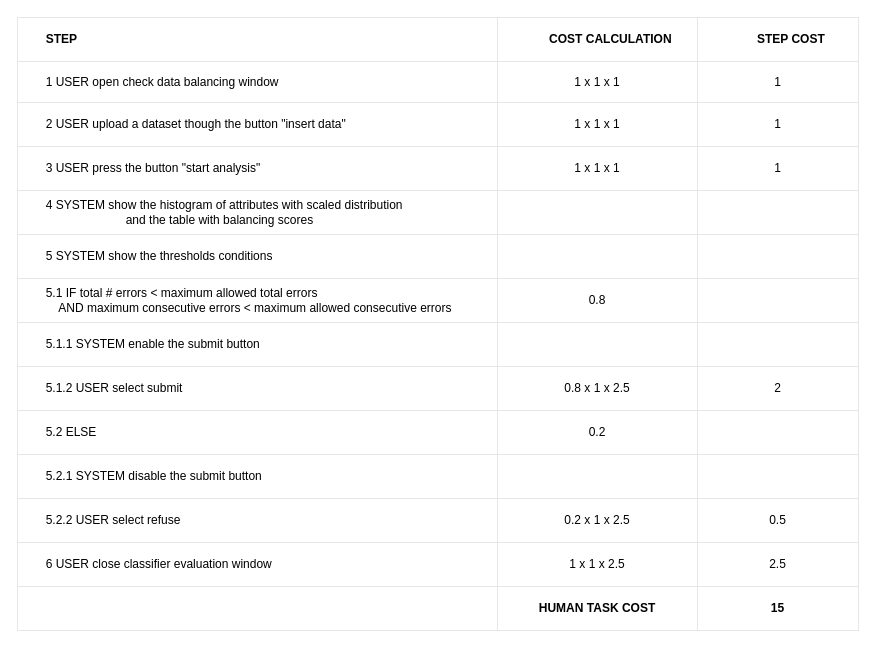
Earlier version of the draw.io diagram check_data_balancing_table.drawio (BaffoBello14/AutomaticDamagesRecognition). Source tidied: cells renumbered, new cells numbered last; positions are measured from the earlier drawing's top-left corner, leaving out a move shared by most shapes. Both pictures are drawn from the tidied source at 100%, with x=0, y=0 at pixel (17, 17).
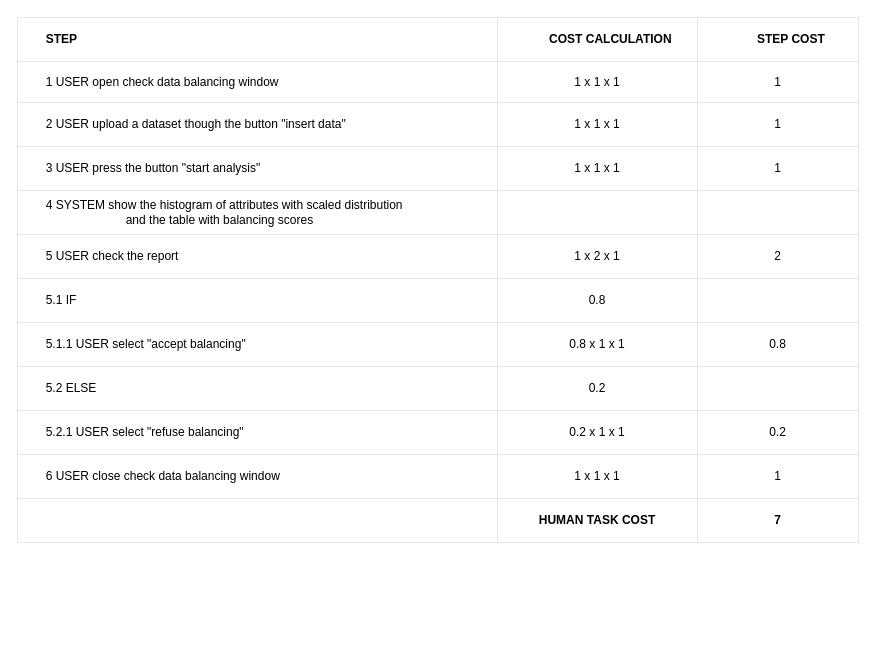
The same diagram, later.

The change refers to these unchanged cells:
```xml
<mxCell id="23" style="shape=tableRow;horizontal=0;startSize=0;swimlaneHead=0;swimlaneBody=0;top=0;left=0;bottom=0;right=0;fontStyle=0;fillColor=none;strokeColor=inherit;align=center;" parent="2" vertex="1">
  <mxGeometry y="217" width="841" height="44" as="geometry" />
</mxCell>
<mxCell id="27" style="shape=tableRow;horizontal=0;startSize=0;swimlaneHead=0;swimlaneBody=0;top=0;left=0;bottom=0;right=0;fontStyle=0;fillColor=none;strokeColor=inherit;align=center;" parent="2" vertex="1">
  <mxGeometry y="261" width="841" height="44" as="geometry" />
</mxCell>
<mxCell id="31" style="shape=tableRow;horizontal=0;startSize=0;swimlaneHead=0;swimlaneBody=0;top=0;left=0;bottom=0;right=0;fontStyle=0;fillColor=none;strokeColor=inherit;align=center;" parent="2" vertex="1">
  <mxGeometry y="305" width="841" height="44" as="geometry" />
</mxCell>
```

The edit, as a diff of the source:
```diff
@@
     <mxCell id="2" style="childLayout=tableLayout;shadow=0;strokeColor=#E6E6E6;align=center;" parent="1" vertex="1">
-      <mxGeometry width="841" height="613" as="geometry" />
+      <mxGeometry width="841" height="525" as="geometry" />
     </mxCell>
@@
-    <mxCell id="24" value="&lt;span style=&quot;white-space: pre;&quot;&gt;&#9;&lt;/span&gt;5 SYSTEM show the thresholds conditions" style="strokeColor=inherit;fillColor=none;align=left;whiteSpace=wrap;html=1;labelPosition=center;verticalLabelPosition=middle;verticalAlign=middle;" parent="23" vertex="1">
+    <mxCell id="24" value="&lt;span style=&quot;white-space: pre;&quot;&gt;&#9;&lt;/span&gt;5 USER check the report" style="strokeColor=inherit;fillColor=none;align=left;whiteSpace=wrap;html=1;labelPosition=center;verticalLabelPosition=middle;verticalAlign=middle;" parent="23" vertex="1">
       <mxGeometry width="480" height="44" as="geometry" />
     </mxCell>
-    <mxCell id="25" style="strokeColor=inherit;fillColor=none;align=center;whiteSpace=wrap;html=1;" parent="23" vertex="1">
+    <mxCell id="25" value="1 x 2 x 1" style="strokeColor=inherit;fillColor=none;align=center;whiteSpace=wrap;html=1;" parent="23" vertex="1">
       <mxGeometry x="480" width="200" height="44" as="geometry" />
     </mxCell>
-    <mxCell id="26" style="strokeColor=inherit;fillColor=none;align=center;whiteSpace=wrap;html=1;" parent="23" vertex="1">
+    <mxCell id="26" value="2" style="strokeColor=inherit;fillColor=none;align=center;whiteSpace=wrap;html=1;" parent="23" vertex="1">
       <mxGeometry x="680" width="161" height="44" as="geometry" />
     </mxCell>
@@
-    <mxCell id="28" value="&lt;span style=&quot;white-space: pre;&quot;&gt;&#9;&lt;/span&gt;5.1&amp;nbsp;IF total # errors &amp;lt; maximum allowed total errors &lt;br&gt;&lt;span style=&quot;white-space: pre;&quot;&gt;&#9;&lt;/span&gt;&amp;nbsp; &amp;nbsp; AND maximum consecutive errors&amp;nbsp;&amp;lt; maximum allowed consecutive errors" style="strokeColor=inherit;fillColor=none;align=left;whiteSpace=wrap;html=1;labelPosition=center;verticalLabelPosition=middle;verticalAlign=middle;" parent="27" vertex="1">
+    <mxCell id="28" value="&lt;span style=&quot;white-space: pre;&quot;&gt;&#9;&lt;/span&gt;5.1&amp;nbsp;IF&amp;nbsp;" style="strokeColor=inherit;fillColor=none;align=left;whiteSpace=wrap;html=1;labelPosition=center;verticalLabelPosition=middle;verticalAlign=middle;" parent="27" vertex="1">
       <mxGeometry width="480" height="44" as="geometry" />
     </mxCell>
@@
-    <mxCell id="32" value="&lt;span style=&quot;white-space: pre;&quot;&gt;&#9;&lt;/span&gt;5.1.1 SYSTEM enable the submit button" style="strokeColor=inherit;fillColor=none;align=left;whiteSpace=wrap;html=1;labelPosition=center;verticalLabelPosition=middle;verticalAlign=middle;" parent="31" vertex="1">
+    <mxCell id="32" value="&lt;span style=&quot;white-space: pre;&quot;&gt;&#9;&lt;/span&gt;5.1.1 USER select &quot;accept balancing&quot;" style="strokeColor=inherit;fillColor=none;align=left;whiteSpace=wrap;html=1;labelPosition=center;verticalLabelPosition=middle;verticalAlign=middle;" parent="31" vertex="1">
       <mxGeometry width="480" height="44" as="geometry" />
     </mxCell>
-    <mxCell id="33" style="strokeColor=inherit;fillColor=none;align=center;whiteSpace=wrap;html=1;" parent="31" vertex="1">
+    <mxCell id="33" value="0.8 x 1 x 1" style="strokeColor=inherit;fillColor=none;align=center;whiteSpace=wrap;html=1;" parent="31" vertex="1">
       <mxGeometry x="480" width="200" height="44" as="geometry" />
     </mxCell>
-    <mxCell id="34" style="strokeColor=inherit;fillColor=none;align=center;whiteSpace=wrap;html=1;" parent="31" vertex="1">
+    <mxCell id="34" value="0.8" style="strokeColor=inherit;fillColor=none;align=center;whiteSpace=wrap;html=1;" parent="31" vertex="1">
       <mxGeometry x="680" width="161" height="44" as="geometry" />
     </mxCell>
-    <mxCell id="35" style="shape=tableRow;horizontal=0;startSize=0;swimlaneHead=0;swimlaneBody=0;top=0;left=0;bottom=0;right=0;fontStyle=0;fillColor=none;strokeColor=inherit;align=center;" parent="2" vertex="1">
-      <mxGeometry y="349" width="841" height="44" as="geometry" />
-    </mxCell>
-    <mxCell id="36" value="&lt;span style=&quot;white-space: pre;&quot;&gt;&#9;&lt;/span&gt;5.1.2 USER select submit" style="strokeColor=inherit;fillColor=none;align=left;whiteSpace=wrap;html=1;labelPosition=center;verticalLabelPosition=middle;verticalAlign=middle;" parent="35" vertex="1">
-      <mxGeometry width="480" height="44" as="geometry" />
-    </mxCell>
-    <mxCell id="37" value="&lt;span style=&quot;&quot;&gt;&lt;span style=&quot;white-space: pre;&quot;&gt;0.8&lt;/span&gt;&lt;/span&gt;&amp;nbsp;x 1 x 2.5" style="strokeColor=inherit;fillColor=none;align=center;whiteSpace=wrap;html=1;" parent="35" vertex="1">
-      <mxGeometry x="480" width="200" height="44" as="geometry" />
-    </mxCell>
-    <mxCell id="38" value="2" style="strokeColor=inherit;fillColor=none;align=center;whiteSpace=wrap;html=1;" parent="35" vertex="1">
-      <mxGeometry x="680" width="161" height="44" as="geometry" />
-    </mxCell>
     <mxCell id="39" style="shape=tableRow;horizontal=0;startSize=0;swimlaneHead=0;swimlaneBody=0;top=0;left=0;bottom=0;right=0;fontStyle=0;fillColor=none;strokeColor=inherit;align=center;" parent="2" vertex="1">
-      <mxGeometry y="393" width="841" height="44" as="geometry" />
+      <mxGeometry y="349" width="841" height="44" as="geometry" />
     </mxCell>
@@
-    <mxCell id="43" style="shape=tableRow;horizontal=0;startSize=0;swimlaneHead=0;swimlaneBody=0;top=0;left=0;bottom=0;right=0;fontStyle=0;fillColor=none;strokeColor=inherit;align=center;" parent="2" vertex="1">
-      <mxGeometry y="437" width="841" height="44" as="geometry" />
-    </mxCell>
-    <mxCell id="44" value="&lt;span style=&quot;white-space: pre;&quot;&gt;&#9;&lt;/span&gt;5.2.1 SYSTEM disable the submit button" style="strokeColor=inherit;fillColor=none;align=left;whiteSpace=wrap;html=1;labelPosition=center;verticalLabelPosition=middle;verticalAlign=middle;" parent="43" vertex="1">
-      <mxGeometry width="480" height="44" as="geometry" />
-    </mxCell>
-    <mxCell id="45" style="strokeColor=inherit;fillColor=none;align=center;whiteSpace=wrap;html=1;" parent="43" vertex="1">
-      <mxGeometry x="480" width="200" height="44" as="geometry" />
-    </mxCell>
-    <mxCell id="46" style="strokeColor=inherit;fillColor=none;align=center;whiteSpace=wrap;html=1;" parent="43" vertex="1">
-      <mxGeometry x="680" width="161" height="44" as="geometry" />
-    </mxCell>
     <mxCell id="47" style="shape=tableRow;horizontal=0;startSize=0;swimlaneHead=0;swimlaneBody=0;top=0;left=0;bottom=0;right=0;fontStyle=0;fillColor=none;strokeColor=inherit;align=center;" parent="2" vertex="1">
-      <mxGeometry y="481" width="841" height="44" as="geometry" />
+      <mxGeometry y="393" width="841" height="44" as="geometry" />
     </mxCell>
-    <mxCell id="48" value="&#9;&lt;span style=&quot;white-space: pre;&quot;&gt;&#9;&lt;/span&gt;5.2.2 USER select refuse" style="strokeColor=inherit;fillColor=none;align=left;whiteSpace=wrap;html=1;labelPosition=center;verticalLabelPosition=middle;verticalAlign=middle;" parent="47" vertex="1">
+    <mxCell id="48" value="&#9;&lt;span style=&quot;white-space: pre;&quot;&gt;&#9;&lt;/span&gt;5.2.1 USER select &quot;refuse balancing&quot;" style="strokeColor=inherit;fillColor=none;align=left;whiteSpace=wrap;html=1;labelPosition=center;verticalLabelPosition=middle;verticalAlign=middle;" parent="47" vertex="1">
       <mxGeometry width="480" height="44" as="geometry" />
     </mxCell>
-    <mxCell id="49" value="&lt;span style=&quot;&quot;&gt;&lt;span style=&quot;white-space: pre;&quot;&gt;0.2&lt;/span&gt;&lt;/span&gt;&amp;nbsp;x 1 x 2.5" style="strokeColor=inherit;fillColor=none;align=center;whiteSpace=wrap;html=1;" parent="47" vertex="1">
+    <mxCell id="49" value="&lt;span style=&quot;&quot;&gt;&lt;span style=&quot;white-space: pre;&quot;&gt;0.2&lt;/span&gt;&lt;/span&gt;&amp;nbsp;x 1 x 1" style="strokeColor=inherit;fillColor=none;align=center;whiteSpace=wrap;html=1;" parent="47" vertex="1">
       <mxGeometry x="480" width="200" height="44" as="geometry" />
     </mxCell>
-    <mxCell id="50" value="0.5" style="strokeColor=inherit;fillColor=none;align=center;whiteSpace=wrap;html=1;" parent="47" vertex="1">
+    <mxCell id="50" value="0.2" style="strokeColor=inherit;fillColor=none;align=center;whiteSpace=wrap;html=1;" parent="47" vertex="1">
       <mxGeometry x="680" width="161" height="44" as="geometry" />
     </mxCell>
     <mxCell id="51" style="shape=tableRow;horizontal=0;startSize=0;swimlaneHead=0;swimlaneBody=0;top=0;left=0;bottom=0;right=0;fontStyle=0;fillColor=none;strokeColor=inherit;align=center;" parent="2" vertex="1">
-      <mxGeometry y="525" width="841" height="44" as="geometry" />
+      <mxGeometry y="437" width="841" height="44" as="geometry" />
     </mxCell>
-    <mxCell id="52" value="&lt;span style=&quot;white-space: pre;&quot;&gt;&#9;&lt;/span&gt;6&amp;nbsp;USER close classifier evaluation window&amp;nbsp;" style="strokeColor=inherit;fillColor=none;align=left;whiteSpace=wrap;html=1;labelPosition=center;verticalLabelPosition=middle;verticalAlign=middle;" parent="51" vertex="1">
+    <mxCell id="52" value="&lt;span style=&quot;white-space: pre;&quot;&gt;&#9;&lt;/span&gt;6&amp;nbsp;USER close check data balancing&amp;nbsp;window&amp;nbsp;" style="strokeColor=inherit;fillColor=none;align=left;whiteSpace=wrap;html=1;labelPosition=center;verticalLabelPosition=middle;verticalAlign=middle;" parent="51" vertex="1">
       <mxGeometry width="480" height="44" as="geometry" />
     </mxCell>
-    <mxCell id="53" value="1 x 1 x 2.5" style="strokeColor=inherit;fillColor=none;align=center;whiteSpace=wrap;html=1;" parent="51" vertex="1">
+    <mxCell id="53" value="1 x 1 x 1" style="strokeColor=inherit;fillColor=none;align=center;whiteSpace=wrap;html=1;" parent="51" vertex="1">
       <mxGeometry x="480" width="200" height="44" as="geometry" />
     </mxCell>
-    <mxCell id="54" value="2.5" style="strokeColor=inherit;fillColor=none;align=center;whiteSpace=wrap;html=1;" parent="51" vertex="1">
+    <mxCell id="54" value="1" style="strokeColor=inherit;fillColor=none;align=center;whiteSpace=wrap;html=1;" parent="51" vertex="1">
       <mxGeometry x="680" width="161" height="44" as="geometry" />
     </mxCell>
     <mxCell id="55" style="shape=tableRow;horizontal=0;startSize=0;swimlaneHead=0;swimlaneBody=0;top=0;left=0;bottom=0;right=0;fontStyle=0;fillColor=none;strokeColor=inherit;align=center;" parent="2" vertex="1">
-      <mxGeometry y="569" width="841" height="44" as="geometry" />
+      <mxGeometry y="481" width="841" height="44" as="geometry" />
     </mxCell>
@@
-    <mxCell id="58" value="15" style="strokeColor=inherit;fillColor=none;align=center;whiteSpace=wrap;html=1;fontStyle=1;" parent="55" vertex="1">
+    <mxCell id="58" value="7" style="strokeColor=inherit;fillColor=none;align=center;whiteSpace=wrap;html=1;fontStyle=1;" parent="55" vertex="1">
       <mxGeometry x="680" width="161" height="44" as="geometry" />
     </mxCell>
```
